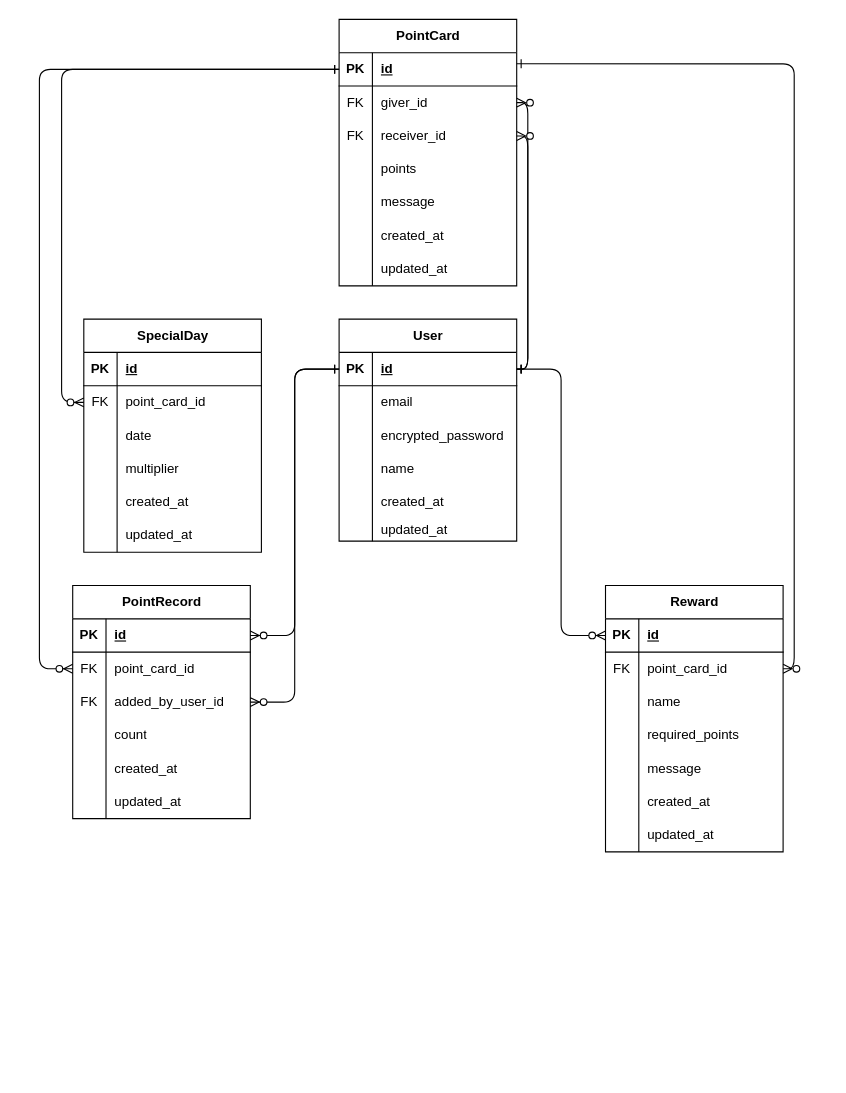
Above: public/er.dio in namerouboy/futari_point (draw.io), before the change. Source tidied: cells renumbered, new cells numbered last; positions are measured from the earlier drawing's top-left corner, leaving out a move shared by most shapes. Both pictures are drawn from the tidied source at 111%, with x=0, y=0 at pixel (39, 19).
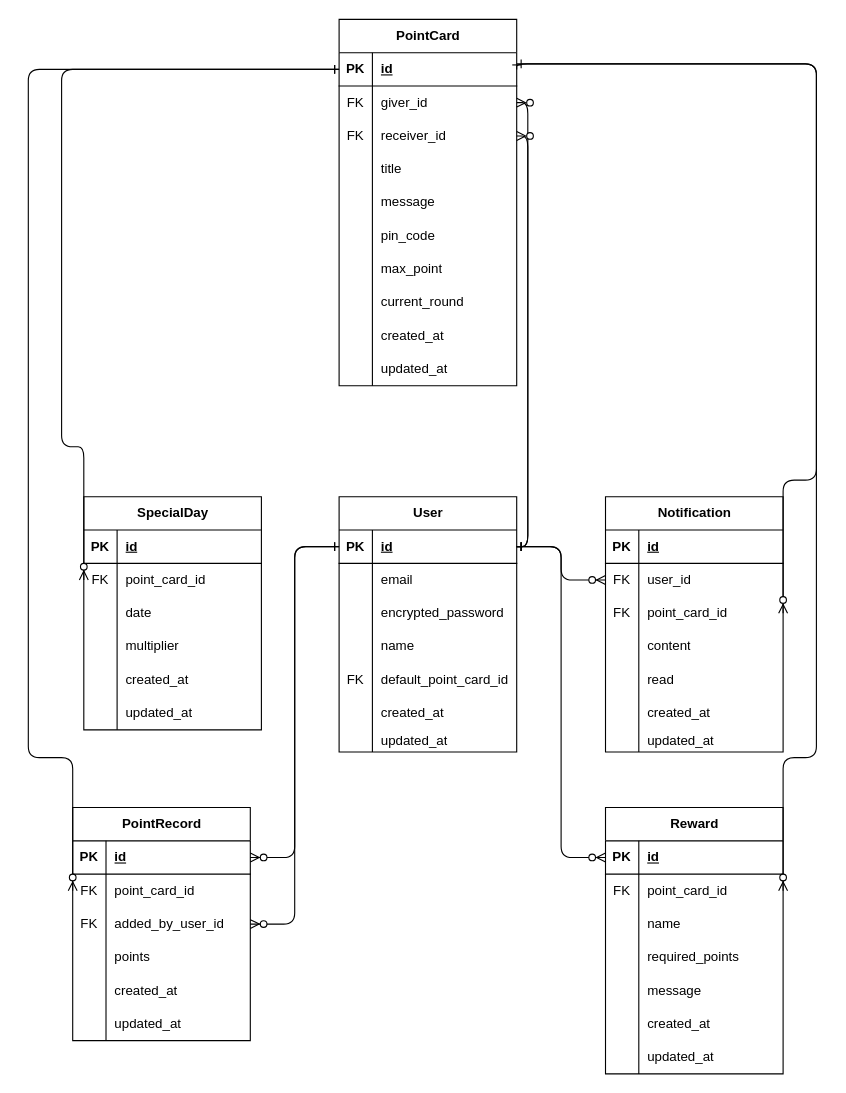
Above is the later version.

Unchanged cells that the change refers to:
```xml
<mxCell id="3" style="shape=tableRow;horizontal=0;startSize=0;swimlaneHead=0;swimlaneBody=0;fillColor=none;points=[[0,0.5],[1,0.5]];portConstraint=eastwest;top=0;left=0;right=0;bottom=1;" parent="2" vertex="1">
  <mxGeometry y="30" width="160" height="30" as="geometry" />
</mxCell>
<mxCell id="22" style="shape=tableRow;horizontal=0;startSize=0;swimlaneHead=0;swimlaneBody=0;fillColor=none;points=[[0,0.5],[1,0.5]];portConstraint=eastwest;top=0;left=0;right=0;bottom=1;" parent="21" vertex="1">
  <mxGeometry y="30" width="160" height="30" as="geometry" />
</mxCell>
<mxCell id="31" style="shape=tableRow;horizontal=0;startSize=0;swimlaneHead=0;swimlaneBody=0;fillColor=none;top=0;left=0;right=0;bottom=0;" parent="21" vertex="1">
  <mxGeometry y="120" width="160" height="30" as="geometry" />
</mxCell>
<mxCell id="47" style="shape=tableRow;horizontal=0;startSize=0;swimlaneHead=0;swimlaneBody=0;fillColor=none;points=[[0,0.5],[1,0.5]];portConstraint=eastwest;top=0;left=0;right=0;bottom=0;" parent="43" vertex="1">
  <mxGeometry y="60" width="160" height="30" as="geometry" />
</mxCell>
<mxCell id="53" style="shape=tableRow;horizontal=0;startSize=0;swimlaneHead=0;swimlaneBody=0;fillColor=none;top=0;left=0;right=0;bottom=0;" parent="43" vertex="1">
  <mxGeometry y="120" width="160" height="30" as="geometry" />
</mxCell>
<mxCell id="66" style="shape=tableRow;horizontal=0;startSize=0;swimlaneHead=0;swimlaneBody=0;fillColor=none;points=[[0,0.5],[1,0.5]];portConstraint=eastwest;top=0;left=0;right=0;bottom=0;" parent="62" vertex="1">
  <mxGeometry y="60" width="160" height="30" as="geometry" />
</mxCell>
<mxCell id="88" style="shape=tableRow;horizontal=0;startSize=0;swimlaneHead=0;swimlaneBody=0;fillColor=none;points=[[0,0.5],[1,0.5]];portConstraint=eastwest;top=0;left=0;right=0;bottom=0;" parent="84" vertex="1">
  <mxGeometry y="60" width="160" height="30" as="geometry" />
</mxCell>
```

Diff of the diagram source:
```diff
@@
     <mxCell id="2" value="User" style="shape=table;startSize=30;childLayout=tableLayout;rowLines=0;fontStyle=1;align=center;html=1;" parent="1" vertex="1">
-      <mxGeometry x="270" y="270" width="160" height="200" as="geometry" />
+      <mxGeometry x="270" y="430" width="160" height="230" as="geometry" />
     </mxCell>
@@
+    <mxCell id="111" style="shape=tableRow;horizontal=0;startSize=0;swimlaneHead=0;swimlaneBody=0;fillColor=none;top=0;left=0;right=0;bottom=0;" parent="2" vertex="1">
+      <mxGeometry y="150" width="160" height="30" as="geometry" />
+    </mxCell>
+    <mxCell id="112" value="FK" style="shape=partialRectangle;fillColor=none;top=0;left=0;bottom=0;right=0;overflow=hidden;whiteSpace=wrap;html=1;" parent="111" vertex="1">
+      <mxGeometry width="30" height="30" as="geometry" />
+    </mxCell>
+    <mxCell id="113" value="default_point_card_id" style="shape=partialRectangle;fillColor=none;top=0;left=0;bottom=0;right=0;align=left;spacingLeft=6;overflow=hidden;whiteSpace=wrap;html=1;" parent="111" vertex="1">
+      <mxGeometry x="30" width="130" height="30" as="geometry" />
+    </mxCell>
     <mxCell id="15" style="shape=tableRow;horizontal=0;startSize=0;swimlaneHead=0;swimlaneBody=0;fillColor=none;top=0;left=0;right=0;bottom=0;" parent="2" vertex="1">
-      <mxGeometry y="150" width="160" height="30" as="geometry" />
+      <mxGeometry y="180" width="160" height="30" as="geometry" />
     </mxCell>
@@
     <mxCell id="18" style="shape=tableRow;horizontal=0;startSize=0;swimlaneHead=0;swimlaneBody=0;fillColor=none;top=0;left=0;right=0;bottom=0;" parent="2" vertex="1">
-      <mxGeometry y="180" width="160" height="20" as="geometry" />
+      <mxGeometry y="210" width="160" height="20" as="geometry" />
     </mxCell>
@@
     <mxCell id="21" value="PointCard" style="shape=table;startSize=30;childLayout=tableLayout;rowLines=0;fontStyle=1;align=center;html=1;" parent="1" vertex="1">
-      <mxGeometry x="270" width="160" height="240" as="geometry" />
+      <mxGeometry x="270" width="160" height="330" as="geometry" />
     </mxCell>
@@
-    <mxCell id="33" value="points" style="shape=partialRectangle;fillColor=none;top=0;left=0;bottom=0;right=0;align=left;spacingLeft=6;overflow=hidden;whiteSpace=wrap;html=1;" parent="31" vertex="1">
+    <mxCell id="33" value="title" style="shape=partialRectangle;fillColor=none;top=0;left=0;bottom=0;right=0;align=left;spacingLeft=6;overflow=hidden;whiteSpace=wrap;html=1;" parent="31" vertex="1">
       <mxGeometry x="30" width="130" height="30" as="geometry" />
     </mxCell>
+    <mxCell id="114" style="shape=tableRow;horizontal=0;startSize=0;swimlaneHead=0;swimlaneBody=0;fillColor=none;top=0;left=0;right=0;bottom=0;" parent="21" vertex="1">
+      <mxGeometry y="150" width="160" height="30" as="geometry" />
+    </mxCell>
+    <mxCell id="115" style="shape=partialRectangle;fillColor=none;top=0;left=0;bottom=0;right=0;overflow=hidden;whiteSpace=wrap;html=1;" parent="114" vertex="1">
+      <mxGeometry width="30" height="30" as="geometry" />
+    </mxCell>
+    <mxCell id="116" value="message" style="shape=partialRectangle;fillColor=none;top=0;left=0;bottom=0;right=0;align=left;spacingLeft=6;overflow=hidden;whiteSpace=wrap;html=1;" parent="114" vertex="1">
+      <mxGeometry x="30" width="130" height="30" as="geometry" />
+    </mxCell>
     <mxCell id="34" style="shape=tableRow;horizontal=0;startSize=0;swimlaneHead=0;swimlaneBody=0;fillColor=none;top=0;left=0;right=0;bottom=0;" parent="21" vertex="1">
-      <mxGeometry y="150" width="160" height="30" as="geometry" />
+      <mxGeometry y="180" width="160" height="30" as="geometry" />
     </mxCell>
@@
-    <mxCell id="36" value="message" style="shape=partialRectangle;fillColor=none;top=0;left=0;bottom=0;right=0;align=left;spacingLeft=6;overflow=hidden;whiteSpace=wrap;html=1;" parent="34" vertex="1">
+    <mxCell id="36" value="pin_code" style="shape=partialRectangle;fillColor=none;top=0;left=0;bottom=0;right=0;align=left;spacingLeft=6;overflow=hidden;whiteSpace=wrap;html=1;" parent="34" vertex="1">
       <mxGeometry x="30" width="130" height="30" as="geometry" />
     </mxCell>
+    <mxCell id="117" style="shape=tableRow;horizontal=0;startSize=0;swimlaneHead=0;swimlaneBody=0;fillColor=none;top=0;left=0;right=0;bottom=0;" parent="21" vertex="1">
+      <mxGeometry y="210" width="160" height="30" as="geometry" />
+    </mxCell>
+    <mxCell id="118" style="shape=partialRectangle;fillColor=none;top=0;left=0;bottom=0;right=0;overflow=hidden;whiteSpace=wrap;html=1;" parent="117" vertex="1">
+      <mxGeometry width="30" height="30" as="geometry" />
+    </mxCell>
+    <mxCell id="119" value="max_point" style="shape=partialRectangle;fillColor=none;top=0;left=0;bottom=0;right=0;align=left;spacingLeft=6;overflow=hidden;whiteSpace=wrap;html=1;" parent="117" vertex="1">
+      <mxGeometry x="30" width="130" height="30" as="geometry" />
+    </mxCell>
+    <mxCell id="120" style="shape=tableRow;horizontal=0;startSize=0;swimlaneHead=0;swimlaneBody=0;fillColor=none;top=0;left=0;right=0;bottom=0;" parent="21" vertex="1">
+      <mxGeometry y="240" width="160" height="30" as="geometry" />
+    </mxCell>
+    <mxCell id="121" style="shape=partialRectangle;fillColor=none;top=0;left=0;bottom=0;right=0;overflow=hidden;whiteSpace=wrap;html=1;" parent="120" vertex="1">
+      <mxGeometry width="30" height="30" as="geometry" />
+    </mxCell>
+    <mxCell id="122" value="current_round" style="shape=partialRectangle;fillColor=none;top=0;left=0;bottom=0;right=0;align=left;spacingLeft=6;overflow=hidden;whiteSpace=wrap;html=1;" parent="120" vertex="1">
+      <mxGeometry x="30" width="130" height="30" as="geometry" />
+    </mxCell>
     <mxCell id="37" style="shape=tableRow;horizontal=0;startSize=0;swimlaneHead=0;swimlaneBody=0;fillColor=none;top=0;left=0;right=0;bottom=0;" parent="21" vertex="1">
-      <mxGeometry y="180" width="160" height="30" as="geometry" />
+      <mxGeometry y="270" width="160" height="30" as="geometry" />
     </mxCell>
@@
     <mxCell id="40" style="shape=tableRow;horizontal=0;startSize=0;swimlaneHead=0;swimlaneBody=0;fillColor=none;top=0;left=0;right=0;bottom=0;" parent="21" vertex="1">
-      <mxGeometry y="210" width="160" height="30" as="geometry" />
+      <mxGeometry y="300" width="160" height="30" as="geometry" />
     </mxCell>
@@
     <mxCell id="43" value="PointRecord" style="shape=table;startSize=30;childLayout=tableLayout;rowLines=0;fontStyle=1;align=center;html=1;" parent="1" vertex="1">
-      <mxGeometry x="30" y="510" width="160" height="210" as="geometry" />
+      <mxGeometry x="30" y="710" width="160" height="210" as="geometry" />
     </mxCell>
@@
-    <mxCell id="55" value="count" style="shape=partialRectangle;fillColor=none;top=0;left=0;bottom=0;right=0;align=left;spacingLeft=6;overflow=hidden;whiteSpace=wrap;html=1;" parent="53" vertex="1">
+    <mxCell id="55" value="points" style="shape=partialRectangle;fillColor=none;top=0;left=0;bottom=0;right=0;align=left;spacingLeft=6;overflow=hidden;whiteSpace=wrap;html=1;" parent="53" vertex="1">
       <mxGeometry x="30" width="130" height="30" as="geometry" />
     </mxCell>
@@
     <mxCell id="62" value="Reward" style="shape=table;startSize=30;childLayout=tableLayout;rowLines=0;fontStyle=1;align=center;html=1;" parent="1" vertex="1">
-      <mxGeometry x="510" y="510" width="160" height="240" as="geometry" />
+      <mxGeometry x="510" y="710" width="160" height="240" as="geometry" />
     </mxCell>
@@
     <mxCell id="84" value="SpecialDay" style="shape=table;startSize=30;childLayout=tableLayout;rowLines=0;fontStyle=1;align=center;html=1;" parent="1" vertex="1">
-      <mxGeometry x="40" y="270" width="160" height="210" as="geometry" />
+      <mxGeometry x="40" y="430" width="160" height="210" as="geometry" />
     </mxCell>
@@
     <mxCell id="103" style="edgeStyle=orthogonalEdgeStyle;fontSize=12;html=1;endArrow=ERzeroToMany;startArrow=ERone;entryX=0;entryY=0.5;entryDx=0;entryDy=0;startFill=0;exitX=0;exitY=0.5;exitDx=0;exitDy=0;" parent="1" edge="1" source="22" target="88">
       <mxGeometry relative="1" as="geometry">
         <Array as="points">
           <mxPoint x="20" y="45" />
-          <mxPoint x="20" y="345" />
+          <mxPoint x="20" y="385" />
         </Array>
       </mxGeometry>
     </mxCell>
@@
     <mxCell id="106" style="edgeStyle=orthogonalEdgeStyle;fontSize=12;html=1;endArrow=ERzeroToMany;startArrow=ERone;startFill=0;exitX=0;exitY=0.5;exitDx=0;exitDy=0;entryX=0;entryY=0.5;entryDx=0;entryDy=0;" parent="1" edge="1" source="22" target="47">
       <mxGeometry relative="1" as="geometry">
         <Array as="points">
-          <mxPoint y="45" />
-          <mxPoint y="585" />
+          <mxPoint x="-10" y="45" />
+          <mxPoint x="-10" y="665" />
         </Array>
       </mxGeometry>
     </mxCell>
-    <mxCell id="107" style="edgeStyle=orthogonalEdgeStyle;fontSize=12;html=1;endArrow=ERzeroToMany;startArrow=ERone;entryX=1;entryY=0.5;entryDx=0;entryDy=0;startFill=0;exitX=1;exitY=0.333;exitDx=0;exitDy=0;exitPerimeter=0;" parent="1" edge="1" source="22" target="66">
+    <mxCell id="107" style="edgeStyle=orthogonalEdgeStyle;fontSize=12;html=1;endArrow=ERzeroToMany;startArrow=ERone;entryX=1;entryY=0.5;entryDx=0;entryDy=0;startFill=0;exitX=1;exitY=0.5;exitDx=0;exitDy=0;" parent="1" edge="1" source="22" target="66">
       <mxGeometry relative="1" as="geometry">
         <Array as="points">
-          <mxPoint x="680" y="40" />
-          <mxPoint x="680" y="585" />
+          <mxPoint x="430" y="40" />
+          <mxPoint x="700" y="40" />
+          <mxPoint x="700" y="665" />
         </Array>
       </mxGeometry>
     </mxCell>
@@
+    <mxCell id="123" value="Notification" style="shape=table;startSize=30;childLayout=tableLayout;rowLines=0;fontStyle=1;align=center;html=1;" parent="1" vertex="1">
+      <mxGeometry x="510" y="430" width="160" height="230" as="geometry" />
+    </mxCell>
+    <mxCell id="124" style="shape=tableRow;horizontal=0;startSize=0;swimlaneHead=0;swimlaneBody=0;fillColor=none;top=0;left=0;right=0;bottom=1;" parent="123" vertex="1">
+      <mxGeometry y="30" width="160" height="30" as="geometry" />
+    </mxCell>
+    <mxCell id="125" value="PK" style="shape=partialRectangle;fillColor=none;top=0;left=0;bottom=0;right=0;fontStyle=1;overflow=hidden;whiteSpace=wrap;html=1;" parent="124" vertex="1">
+      <mxGeometry width="30" height="30" as="geometry" />
+    </mxCell>
+    <mxCell id="126" value="id" style="shape=partialRectangle;fillColor=none;top=0;left=0;bottom=0;right=0;align=left;spacingLeft=6;fontStyle=5;overflow=hidden;whiteSpace=wrap;html=1;" parent="124" vertex="1">
+      <mxGeometry x="30" width="130" height="30" as="geometry" />
+    </mxCell>
+    <mxCell id="127" style="shape=tableRow;horizontal=0;startSize=0;swimlaneHead=0;swimlaneBody=0;fillColor=none;points=[[0,0.5],[1,0.5]];portConstraint=eastwest;top=0;left=0;right=0;bottom=0;" parent="123" vertex="1">
+      <mxGeometry y="60" width="160" height="30" as="geometry" />
+    </mxCell>
+    <mxCell id="128" value="FK" style="shape=partialRectangle;fillColor=none;top=0;left=0;bottom=0;right=0;overflow=hidden;whiteSpace=wrap;html=1;" parent="127" vertex="1">
+      <mxGeometry width="30" height="30" as="geometry" />
+    </mxCell>
+    <mxCell id="129" value="user_id" style="shape=partialRectangle;fillColor=none;top=0;left=0;bottom=0;right=0;align=left;spacingLeft=6;overflow=hidden;whiteSpace=wrap;html=1;" parent="127" vertex="1">
+      <mxGeometry x="30" width="130" height="30" as="geometry" />
+    </mxCell>
+    <mxCell id="130" style="shape=tableRow;horizontal=0;startSize=0;swimlaneHead=0;swimlaneBody=0;fillColor=none;points=[[0,0.5],[1,0.5]];portConstraint=eastwest;top=0;left=0;right=0;bottom=0;" parent="123" vertex="1">
+      <mxGeometry y="90" width="160" height="30" as="geometry" />
+    </mxCell>
+    <mxCell id="131" value="FK" style="shape=partialRectangle;fillColor=none;top=0;left=0;bottom=0;right=0;overflow=hidden;whiteSpace=wrap;html=1;" parent="130" vertex="1">
+      <mxGeometry width="30" height="30" as="geometry" />
+    </mxCell>
+    <mxCell id="132" value="point_card_id" style="shape=partialRectangle;fillColor=none;top=0;left=0;bottom=0;right=0;align=left;spacingLeft=6;overflow=hidden;whiteSpace=wrap;html=1;" parent="130" vertex="1">
+      <mxGeometry x="30" width="130" height="30" as="geometry" />
+    </mxCell>
+    <mxCell id="133" style="shape=tableRow;horizontal=0;startSize=0;swimlaneHead=0;swimlaneBody=0;fillColor=none;top=0;left=0;right=0;bottom=0;" parent="123" vertex="1">
+      <mxGeometry y="120" width="160" height="30" as="geometry" />
+    </mxCell>
+    <mxCell id="134" style="shape=partialRectangle;fillColor=none;top=0;left=0;bottom=0;right=0;overflow=hidden;whiteSpace=wrap;html=1;" parent="133" vertex="1">
+      <mxGeometry width="30" height="30" as="geometry" />
+    </mxCell>
+    <mxCell id="135" value="content" style="shape=partialRectangle;fillColor=none;top=0;left=0;bottom=0;right=0;align=left;spacingLeft=6;overflow=hidden;whiteSpace=wrap;html=1;" parent="133" vertex="1">
+      <mxGeometry x="30" width="130" height="30" as="geometry" />
+    </mxCell>
+    <mxCell id="136" style="shape=tableRow;horizontal=0;startSize=0;swimlaneHead=0;swimlaneBody=0;fillColor=none;top=0;left=0;right=0;bottom=0;" parent="123" vertex="1">
+      <mxGeometry y="150" width="160" height="30" as="geometry" />
+    </mxCell>
+    <mxCell id="137" style="shape=partialRectangle;fillColor=none;top=0;left=0;bottom=0;right=0;overflow=hidden;whiteSpace=wrap;html=1;" parent="136" vertex="1">
+      <mxGeometry width="30" height="30" as="geometry" />
+    </mxCell>
+    <mxCell id="138" value="read" style="shape=partialRectangle;fillColor=none;top=0;left=0;bottom=0;right=0;align=left;spacingLeft=6;overflow=hidden;whiteSpace=wrap;html=1;" parent="136" vertex="1">
+      <mxGeometry x="30" width="130" height="30" as="geometry" />
+    </mxCell>
+    <mxCell id="139" style="shape=tableRow;horizontal=0;startSize=0;swimlaneHead=0;swimlaneBody=0;fillColor=none;top=0;left=0;right=0;bottom=0;" parent="123" vertex="1">
+      <mxGeometry y="180" width="160" height="30" as="geometry" />
+    </mxCell>
+    <mxCell id="140" style="shape=partialRectangle;fillColor=none;top=0;left=0;bottom=0;right=0;overflow=hidden;whiteSpace=wrap;html=1;" parent="139" vertex="1">
+      <mxGeometry width="30" height="30" as="geometry" />
+    </mxCell>
+    <mxCell id="141" value="created_at" style="shape=partialRectangle;fillColor=none;top=0;left=0;bottom=0;right=0;align=left;spacingLeft=6;overflow=hidden;whiteSpace=wrap;html=1;" parent="139" vertex="1">
+      <mxGeometry x="30" width="130" height="30" as="geometry" />
+    </mxCell>
+    <mxCell id="142" style="shape=tableRow;horizontal=0;startSize=0;swimlaneHead=0;swimlaneBody=0;fillColor=none;top=0;left=0;right=0;bottom=0;" parent="123" vertex="1">
+      <mxGeometry y="210" width="160" height="20" as="geometry" />
+    </mxCell>
+    <mxCell id="143" style="shape=partialRectangle;fillColor=none;top=0;left=0;bottom=0;right=0;overflow=hidden;whiteSpace=wrap;html=1;" parent="142" vertex="1">
+      <mxGeometry width="30" height="20" as="geometry" />
+    </mxCell>
+    <mxCell id="144" value="updated_at" style="shape=partialRectangle;fillColor=none;top=0;left=0;bottom=0;right=0;align=left;spacingLeft=6;overflow=hidden;whiteSpace=wrap;html=1;" parent="142" vertex="1">
+      <mxGeometry x="30" width="130" height="20" as="geometry" />
+    </mxCell>
+    <mxCell id="145" style="edgeStyle=orthogonalEdgeStyle;fontSize=12;html=1;endArrow=ERzeroToMany;startArrow=ERone;entryX=0;entryY=0.5;entryDx=0;entryDy=0;startFill=0;exitX=1;exitY=0.5;exitDx=0;exitDy=0;" parent="1" edge="1" source="3" target="127">
+      <mxGeometry relative="1" as="geometry" />
+    </mxCell>
+    <mxCell id="146" style="edgeStyle=orthogonalEdgeStyle;fontSize=12;html=1;endArrow=ERzeroToMany;startArrow=ERone;entryX=1;entryY=0.5;entryDx=0;entryDy=0;startFill=0;" parent="1" edge="1" target="130">
+      <mxGeometry relative="1" as="geometry">
+        <mxPoint x="430" y="40" as="sourcePoint" />
+        <Array as="points">
+          <mxPoint x="700" y="40" />
+          <mxPoint x="700" y="415" />
+        </Array>
+      </mxGeometry>
+    </mxCell>
```
